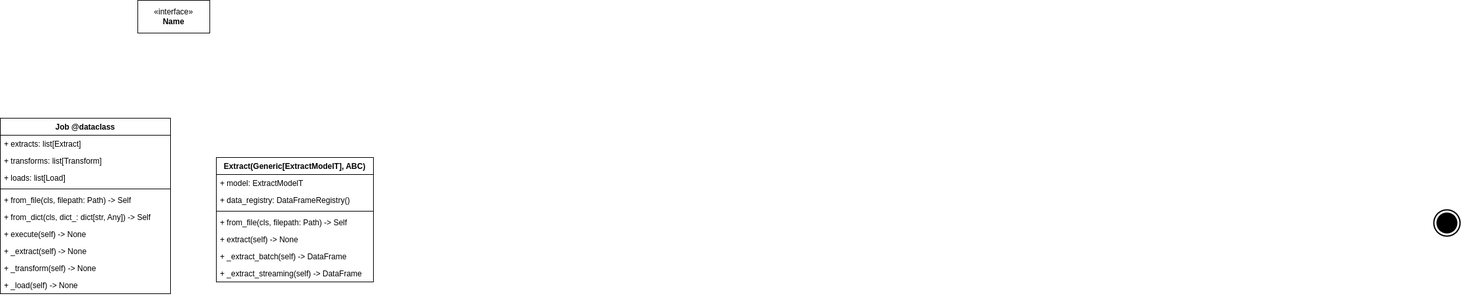
This is docs/design.drawio.png from KrijnvanderBurg/config-driven-ETL-framework, a draw.io export, as it was before one commit. Source tidied: cells renumbered, new cells last; positions are measured from the earlier drawing's top-left corner, leaving out a move shared by most shapes.
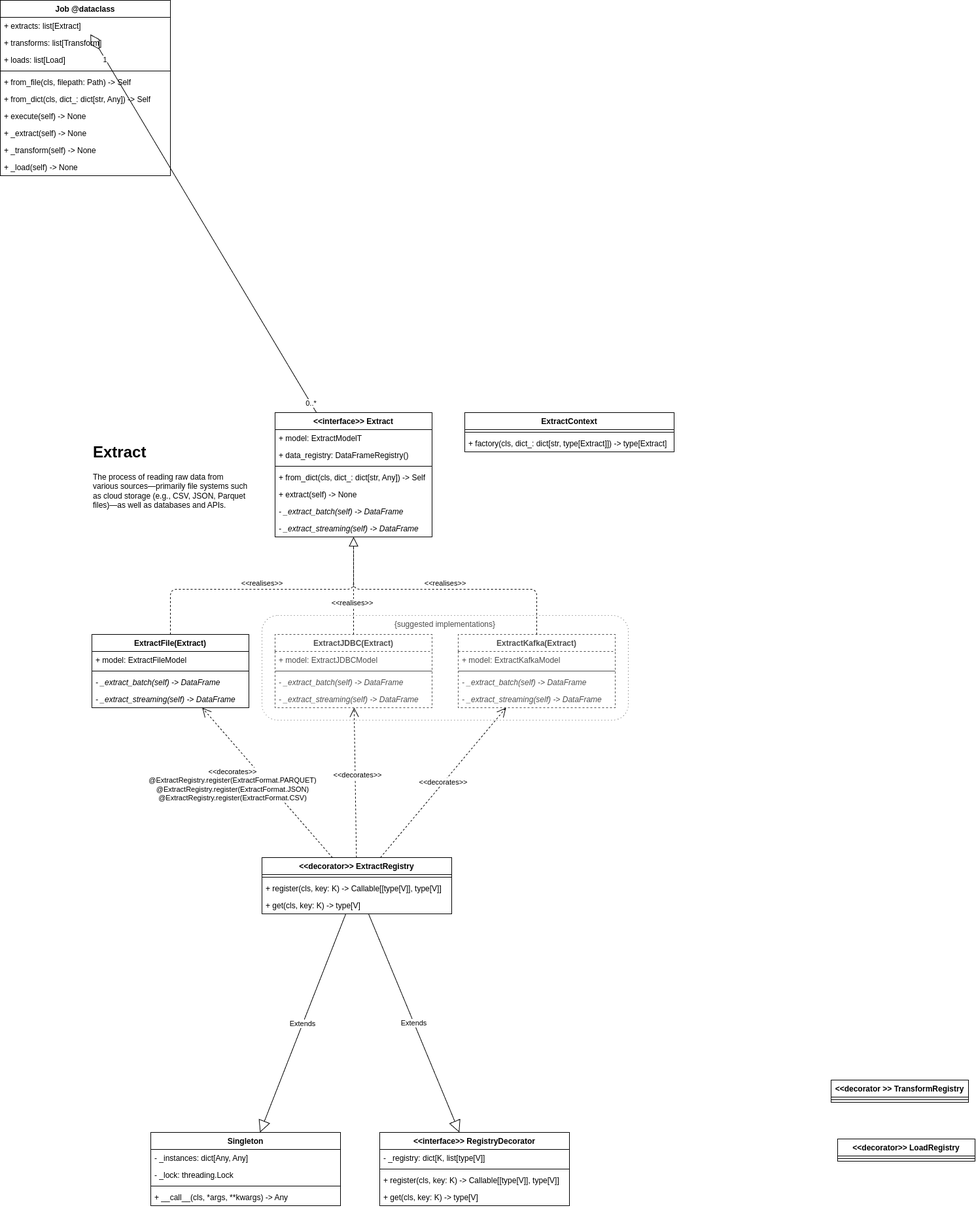
The same file after the commit.

The edit, as a diff of the source:
```diff
@@ -2,14 +2,11 @@
   <root>
     <mxCell id="0" />
     <mxCell id="1" parent="0" />
-    <mxCell id="2" style="html=1;shape=mxgraph.sysml.actFinal;strokeWidth=2;verticalLabelPosition=bottom;verticalAlignment=top;" parent="1" vertex="1">
-      <mxGeometry x="2190" y="320" width="40" height="40" as="geometry" />
-    </mxCell>
-    <mxCell id="3" value="&amp;laquo;interface&amp;raquo;&lt;br&gt;&lt;b&gt;Name&lt;/b&gt;" style="html=1;whiteSpace=wrap;" parent="1" vertex="1">
-      <mxGeometry x="210" width="110" height="50" as="geometry" />
-    </mxCell>
+    <mxCell id="23" value="{suggested implementations}" style="rounded=1;whiteSpace=wrap;html=1;labelBackgroundColor=none;fillColor=none;dashed=1;verticalAlign=top;dashPattern=1 4;strokeColor=#666666;fontColor=light-dark(#4D4D4D,#EDEDED);" parent="1" vertex="1">
+      <mxGeometry x="490" y="430" width="560" height="160" as="geometry" />
+    </mxCell>
     <mxCell id="4" value="Job @dataclass" style="swimlane;fontStyle=1;align=center;verticalAlign=top;horizontal=1;startSize=26;whiteSpace=wrap;html=1;" parent="1" vertex="1">
-      <mxGeometry y="180" width="260" height="268" as="geometry" />
+      <mxGeometry x="90" y="-510" width="260" height="268" as="geometry" />
     </mxCell>
     <mxCell id="5" value="+ extracts: list[Extract]" style="text;strokeColor=none;fillColor=none;align=left;verticalAlign=top;spacingLeft=4;spacingRight=4;overflow=hidden;points=[[0,0.5],[1,0.5]];portConstraint=eastwest;whiteSpace=wrap;html=1;" parent="4" vertex="1">
       <mxGeometry y="26" width="260" height="26" as="geometry" />
@@ -41,8 +38,8 @@
     <mxCell id="14" value="&lt;span style=&quot;color: rgb(0, 0, 0);&quot;&gt;+ _load(self) -&amp;gt; None&lt;/span&gt;" style="text;strokeColor=none;fillColor=none;align=left;verticalAlign=top;spacingLeft=4;spacingRight=4;overflow=hidden;whiteSpace=wrap;html=1;" parent="4" vertex="1">
       <mxGeometry y="242" width="260" height="26" as="geometry" />
     </mxCell>
-    <mxCell id="15" value="Extract(Generic[ExtractModelT], ABC)" style="swimlane;fontStyle=1;align=center;verticalAlign=top;horizontal=1;startSize=26;whiteSpace=wrap;html=1;" parent="1" vertex="1">
-      <mxGeometry x="330" y="240" width="240" height="190" as="geometry" />
+    <mxCell id="15" value="&lt;div&gt;&lt;span style=&quot;background-color: transparent;&quot;&gt;&amp;lt;&amp;lt;interface&amp;gt;&amp;gt; Extract&lt;/span&gt;&lt;/div&gt;" style="swimlane;fontStyle=1;align=center;verticalAlign=top;horizontal=1;startSize=26;whiteSpace=wrap;html=1;" parent="1" vertex="1">
+      <mxGeometry x="510" y="120" width="240" height="190" as="geometry" />
     </mxCell>
     <mxCell id="16" value="+ model: ExtractModelT" style="text;strokeColor=none;fillColor=none;align=left;verticalAlign=top;spacingLeft=4;spacingRight=4;overflow=hidden;whiteSpace=wrap;html=1;" parent="15" vertex="1">
       <mxGeometry y="26" width="240" height="26" as="geometry" />
@@ -53,17 +50,189 @@
     <mxCell id="18" style="line;strokeWidth=1;fillColor=none;align=left;verticalAlign=middle;spacingTop=-1;spacingLeft=3;spacingRight=3;labelPosition=right;strokeColor=inherit;" parent="15" vertex="1">
       <mxGeometry y="78" width="240" height="8" as="geometry" />
     </mxCell>
-    <mxCell id="19" value="+ from_file(cls, filepath: Path) -&amp;gt; Self" style="text;strokeColor=none;fillColor=none;align=left;verticalAlign=top;spacingLeft=4;spacingRight=4;overflow=hidden;whiteSpace=wrap;html=1;" parent="15" vertex="1">
+    <mxCell id="19" value="+ from_dict(cls, dict_: dict[str, Any]) -&amp;gt; Self" style="text;strokeColor=none;fillColor=none;align=left;verticalAlign=top;spacingLeft=4;spacingRight=4;overflow=hidden;whiteSpace=wrap;html=1;" parent="15" vertex="1">
       <mxGeometry y="86" width="240" height="26" as="geometry" />
     </mxCell>
     <mxCell id="20" value="+ extract(self) -&amp;gt; None" style="text;strokeColor=none;fillColor=none;align=left;verticalAlign=top;spacingLeft=4;spacingRight=4;overflow=hidden;whiteSpace=wrap;html=1;" parent="15" vertex="1">
       <mxGeometry y="112" width="240" height="26" as="geometry" />
     </mxCell>
-    <mxCell id="21" value="+ _extract_batch(self) -&amp;gt; DataFrame" style="text;strokeColor=none;fillColor=none;align=left;verticalAlign=top;spacingLeft=4;spacingRight=4;overflow=hidden;whiteSpace=wrap;html=1;" parent="15" vertex="1">
+    <mxCell id="21" value="- _extract_batch(self) -&amp;gt; DataFrame" style="text;strokeColor=none;fillColor=none;align=left;verticalAlign=top;spacingLeft=4;spacingRight=4;overflow=hidden;whiteSpace=wrap;html=1;fontStyle=2;" parent="15" vertex="1">
       <mxGeometry y="138" width="240" height="26" as="geometry" />
     </mxCell>
-    <mxCell id="22" value="+ _extract_streaming(self) -&amp;gt; DataFrame" style="text;strokeColor=none;fillColor=none;align=left;verticalAlign=top;spacingLeft=4;spacingRight=4;overflow=hidden;whiteSpace=wrap;html=1;" parent="15" vertex="1">
-      <mxGeometry y="164" width="240" height="26" as="geometry" />
-    </mxCell>
+    <mxCell id="24" value="- _extract_streaming(self) -&amp;gt; DataFrame" style="text;strokeColor=none;fillColor=none;align=left;verticalAlign=top;spacingLeft=4;spacingRight=4;overflow=hidden;whiteSpace=wrap;html=1;fontStyle=2;" parent="15" vertex="1">
+      <mxGeometry y="164" width="240" height="26" as="geometry" />
+    </mxCell>
+    <mxCell id="25" value="ExtractFile(Extract)" style="swimlane;fontStyle=1;align=center;verticalAlign=top;horizontal=1;startSize=26;whiteSpace=wrap;html=1;" parent="1" vertex="1">
+      <mxGeometry x="230" y="459" width="240" height="112" as="geometry" />
+    </mxCell>
+    <mxCell id="26" value="+ model: ExtractFileModel" style="text;strokeColor=none;fillColor=none;align=left;verticalAlign=top;spacingLeft=4;spacingRight=4;overflow=hidden;whiteSpace=wrap;html=1;" parent="25" vertex="1">
+      <mxGeometry y="26" width="240" height="26" as="geometry" />
+    </mxCell>
+    <mxCell id="27" style="line;strokeWidth=1;fillColor=none;align=left;verticalAlign=middle;spacingTop=-1;spacingLeft=3;spacingRight=3;labelPosition=right;strokeColor=inherit;" parent="25" vertex="1">
+      <mxGeometry y="52" width="240" height="8" as="geometry" />
+    </mxCell>
+    <mxCell id="28" value="- _extract_batch(self) -&amp;gt; DataFrame" style="text;strokeColor=none;fillColor=none;align=left;verticalAlign=top;spacingLeft=4;spacingRight=4;overflow=hidden;whiteSpace=wrap;html=1;fontStyle=2;" parent="25" vertex="1">
+      <mxGeometry y="60" width="240" height="26" as="geometry" />
+    </mxCell>
+    <mxCell id="29" value="- _extract_streaming(self) -&amp;gt; DataFrame" style="text;strokeColor=none;fillColor=none;align=left;verticalAlign=top;spacingLeft=4;spacingRight=4;overflow=hidden;whiteSpace=wrap;html=1;fontStyle=2;" parent="25" vertex="1">
+      <mxGeometry y="86" width="240" height="26" as="geometry" />
+    </mxCell>
+    <mxCell id="30" value="ExtractJDBC(Extract)" style="swimlane;fontStyle=1;align=center;verticalAlign=top;horizontal=1;startSize=26;whiteSpace=wrap;html=1;dashed=1;fontColor=light-dark(#4D4D4D,#EDEDED);strokeColor=#4D4D4D;" parent="1" vertex="1">
+      <mxGeometry x="510" y="459" width="240" height="112" as="geometry" />
+    </mxCell>
+    <mxCell id="31" value="+ model: ExtractJDBCModel" style="text;strokeColor=none;fillColor=none;align=left;verticalAlign=top;spacingLeft=4;spacingRight=4;overflow=hidden;whiteSpace=wrap;html=1;fontColor=light-dark(#4D4D4D,#EDEDED);" parent="30" vertex="1">
+      <mxGeometry y="26" width="240" height="26" as="geometry" />
+    </mxCell>
+    <mxCell id="32" style="line;strokeWidth=1;fillColor=none;align=left;verticalAlign=middle;spacingTop=-1;spacingLeft=3;spacingRight=3;labelPosition=right;strokeColor=inherit;fontColor=light-dark(#4D4D4D,#EDEDED);" parent="30" vertex="1">
+      <mxGeometry y="52" width="240" height="8" as="geometry" />
+    </mxCell>
+    <mxCell id="33" value="- _extract_batch(self) -&amp;gt; DataFrame" style="text;strokeColor=none;fillColor=none;align=left;verticalAlign=top;spacingLeft=4;spacingRight=4;overflow=hidden;whiteSpace=wrap;html=1;fontStyle=2;fontColor=light-dark(#4D4D4D,#EDEDED);" parent="30" vertex="1">
+      <mxGeometry y="60" width="240" height="26" as="geometry" />
+    </mxCell>
+    <mxCell id="34" value="- _extract_streaming(self) -&amp;gt; DataFrame" style="text;strokeColor=none;fillColor=none;align=left;verticalAlign=top;spacingLeft=4;spacingRight=4;overflow=hidden;whiteSpace=wrap;html=1;fontStyle=2;fontColor=light-dark(#4D4D4D,#EDEDED);" parent="30" vertex="1">
+      <mxGeometry y="86" width="240" height="26" as="geometry" />
+    </mxCell>
+    <mxCell id="35" value="&lt;font style=&quot;color: rgb(77, 77, 77);&quot;&gt;ExtractKafka(Extract)&lt;/font&gt;" style="swimlane;fontStyle=1;align=center;verticalAlign=top;horizontal=1;startSize=26;whiteSpace=wrap;html=1;dashed=1;fontColor=light-dark(#4D4D4D,#EDEDED);strokeColor=#4D4D4D;" parent="1" vertex="1">
+      <mxGeometry x="790" y="459" width="240" height="112" as="geometry" />
+    </mxCell>
+    <mxCell id="36" value="+ model: ExtractKafkaModel" style="text;strokeColor=none;fillColor=none;align=left;verticalAlign=top;spacingLeft=4;spacingRight=4;overflow=hidden;whiteSpace=wrap;html=1;fontColor=light-dark(#4D4D4D,#EDEDED);" parent="35" vertex="1">
+      <mxGeometry y="26" width="240" height="26" as="geometry" />
+    </mxCell>
+    <mxCell id="37" style="line;strokeWidth=1;fillColor=none;align=left;verticalAlign=middle;spacingTop=-1;spacingLeft=3;spacingRight=3;labelPosition=right;strokeColor=inherit;fontColor=light-dark(#4D4D4D,#EDEDED);" parent="35" vertex="1">
+      <mxGeometry y="52" width="240" height="8" as="geometry" />
+    </mxCell>
+    <mxCell id="38" value="- _extract_batch(self) -&amp;gt; DataFrame" style="text;strokeColor=none;fillColor=none;align=left;verticalAlign=top;spacingLeft=4;spacingRight=4;overflow=hidden;whiteSpace=wrap;html=1;fontStyle=2;fontColor=light-dark(#4D4D4D,#EDEDED);" parent="35" vertex="1">
+      <mxGeometry y="60" width="240" height="26" as="geometry" />
+    </mxCell>
+    <mxCell id="39" value="- _extract_streaming(self) -&amp;gt; DataFrame" style="text;strokeColor=none;fillColor=none;align=left;verticalAlign=top;spacingLeft=4;spacingRight=4;overflow=hidden;whiteSpace=wrap;html=1;fontStyle=2;fontColor=light-dark(#4D4D4D,#EDEDED);" parent="35" vertex="1">
+      <mxGeometry y="86" width="240" height="26" as="geometry" />
+    </mxCell>
+    <mxCell id="40" style="endArrow=block;dashed=1;endFill=0;endSize=12;html=1;flowAnimation=0;" parent="1" edge="1" source="25" target="15">
+      <mxGeometry relative="1" as="geometry">
+        <Array as="points">
+          <mxPoint x="350" y="390" />
+          <mxPoint x="630" y="390" />
+        </Array>
+      </mxGeometry>
+    </mxCell>
+    <mxCell id="41" value="&amp;lt;&amp;lt;realises&amp;gt;&amp;gt;" style="edgeLabel;html=1;align=center;verticalAlign=middle;" parent="40" vertex="1">
+      <mxGeometry x="0.46" y="2" relative="1" as="geometry">
+        <mxPoint x="-105" y="-8" as="offset" />
+      </mxGeometry>
+    </mxCell>
+    <mxCell id="42" style="endArrow=block;dashed=1;endFill=0;endSize=12;html=1;spacing=1;spacingLeft=9;flowAnimation=0;" parent="1" edge="1" source="30" target="15">
+      <mxGeometry relative="1" as="geometry" />
+    </mxCell>
+    <mxCell id="43" value="&amp;lt;&amp;lt;realises&amp;gt;&amp;gt;" style="edgeLabel;html=1;align=center;verticalAlign=middle;" parent="42" vertex="1">
+      <mxGeometry x="-0.05" y="3" relative="1" as="geometry">
+        <mxPoint y="21" as="offset" />
+      </mxGeometry>
+    </mxCell>
+    <mxCell id="44" style="endArrow=block;dashed=1;endFill=0;endSize=12;html=1;flowAnimation=0;" parent="1" edge="1" source="35" target="15">
+      <mxGeometry relative="1" as="geometry">
+        <Array as="points">
+          <mxPoint x="910" y="390" />
+          <mxPoint x="630" y="390" />
+        </Array>
+      </mxGeometry>
+    </mxCell>
+    <mxCell id="45" value="&amp;lt;&amp;lt;realises&amp;gt;&amp;gt;" style="edgeLabel;html=1;align=center;verticalAlign=middle;" parent="44" vertex="1">
+      <mxGeometry x="-0.13" y="1" relative="1" as="geometry">
+        <mxPoint x="-22" y="-11" as="offset" />
+      </mxGeometry>
+    </mxCell>
+    <mxCell id="46" value="&lt;h1 style=&quot;margin-top: 0px;&quot;&gt;Extract&lt;/h1&gt;&lt;p&gt;The process of reading raw data from various sources—primarily file systems such as cloud storage (e.g., CSV, JSON, Parquet files)—as well as databases and APIs.&lt;/p&gt;" style="text;html=1;whiteSpace=wrap;overflow=hidden;rounded=0;" parent="1" vertex="1">
+      <mxGeometry x="230" y="160" width="240" height="190" as="geometry" />
+    </mxCell>
+    <mxCell id="47" style="endArrow=diamondThin;endFill=0;endSize=24;html=1;" parent="1" edge="1" source="15" target="5">
+      <mxGeometry relative="1" as="geometry" />
+    </mxCell>
+    <mxCell id="48" value="1" style="edgeLabel;html=1;align=center;verticalAlign=middle;" parent="47" vertex="1">
+      <mxGeometry x="0.87" y="1" relative="1" as="geometry" />
+    </mxCell>
+    <mxCell id="49" value="0..*" style="edgeLabel;html=1;align=center;verticalAlign=middle;" parent="47" vertex="1">
+      <mxGeometry x="-0.95" relative="1" as="geometry" />
+    </mxCell>
+    <mxCell id="50" value="&amp;lt;&amp;lt;interface&amp;gt;&amp;gt; RegistryDecorator" style="swimlane;fontStyle=1;align=center;verticalAlign=top;horizontal=1;startSize=26;whiteSpace=wrap;html=1;" parent="1" vertex="1">
+      <mxGeometry x="670" y="1220" width="290" height="112" as="geometry" />
+    </mxCell>
+    <mxCell id="51" value="- _registry: dict[K, list[type[V]]" style="text;strokeColor=none;fillColor=none;align=left;verticalAlign=top;spacingLeft=4;spacingRight=4;overflow=hidden;whiteSpace=wrap;html=1;" parent="50" vertex="1">
+      <mxGeometry y="26" width="290" height="26" as="geometry" />
+    </mxCell>
+    <mxCell id="52" style="line;strokeWidth=1;fillColor=none;align=left;verticalAlign=middle;spacingTop=-1;spacingLeft=3;spacingRight=3;labelPosition=right;strokeColor=inherit;" parent="50" vertex="1">
+      <mxGeometry y="52" width="290" height="8" as="geometry" />
+    </mxCell>
+    <mxCell id="53" value="+ register(cls, key: K) -&amp;gt; Callable[[type[V]], type[V]]" style="text;strokeColor=none;fillColor=none;align=left;verticalAlign=top;spacingLeft=4;spacingRight=4;overflow=hidden;whiteSpace=wrap;html=1;" parent="50" vertex="1">
+      <mxGeometry y="60" width="290" height="26" as="geometry" />
+    </mxCell>
+    <mxCell id="54" value="+ get(cls, key: K) -&amp;gt; type[V]" style="text;strokeColor=none;fillColor=none;align=left;verticalAlign=top;spacingLeft=4;spacingRight=4;overflow=hidden;whiteSpace=wrap;html=1;" parent="50" vertex="1">
+      <mxGeometry y="86" width="290" height="26" as="geometry" />
+    </mxCell>
+    <mxCell id="55" value="Singleton" style="swimlane;fontStyle=1;align=center;verticalAlign=top;horizontal=1;startSize=26;whiteSpace=wrap;html=1;" parent="1" vertex="1">
+      <mxGeometry x="320" y="1220" width="290" height="112" as="geometry" />
+    </mxCell>
+    <mxCell id="56" value="- _instances: dict[Any, Any]" style="text;strokeColor=none;fillColor=none;align=left;verticalAlign=top;spacingLeft=4;spacingRight=4;overflow=hidden;whiteSpace=wrap;html=1;" parent="55" vertex="1">
+      <mxGeometry y="26" width="290" height="26" as="geometry" />
+    </mxCell>
+    <mxCell id="57" value="- _lock: threading.Lock" style="text;strokeColor=none;fillColor=none;align=left;verticalAlign=top;spacingLeft=4;spacingRight=4;overflow=hidden;whiteSpace=wrap;html=1;" parent="55" vertex="1">
+      <mxGeometry y="52" width="290" height="26" as="geometry" />
+    </mxCell>
+    <mxCell id="58" style="line;strokeWidth=1;fillColor=none;align=left;verticalAlign=middle;spacingTop=-1;spacingLeft=3;spacingRight=3;labelPosition=right;strokeColor=inherit;" parent="55" vertex="1">
+      <mxGeometry y="78" width="290" height="8" as="geometry" />
+    </mxCell>
+    <mxCell id="59" value="+ __call__(cls, *args, **kwargs) -&amp;gt; Any" style="text;strokeColor=none;fillColor=none;align=left;verticalAlign=top;spacingLeft=4;spacingRight=4;overflow=hidden;whiteSpace=wrap;html=1;" parent="55" vertex="1">
+      <mxGeometry y="86" width="290" height="26" as="geometry" />
+    </mxCell>
+    <mxCell id="60" value="&amp;lt;&amp;lt;decorator&amp;gt;&amp;gt; ExtractRegistry" style="swimlane;fontStyle=1;align=center;verticalAlign=top;horizontal=1;startSize=26;whiteSpace=wrap;html=1;" parent="1" vertex="1">
+      <mxGeometry x="490" y="800" width="290" height="86" as="geometry" />
+    </mxCell>
+    <mxCell id="61" style="line;strokeWidth=1;fillColor=none;align=left;verticalAlign=middle;spacingTop=-1;spacingLeft=3;spacingRight=3;labelPosition=right;strokeColor=inherit;" parent="60" vertex="1">
+      <mxGeometry y="26" width="290" height="8" as="geometry" />
+    </mxCell>
+    <mxCell id="62" value="+ register(cls, key: K) -&amp;gt; Callable[[type[V]], type[V]]" style="text;strokeColor=none;fillColor=none;align=left;verticalAlign=top;spacingLeft=4;spacingRight=4;overflow=hidden;whiteSpace=wrap;html=1;" parent="60" vertex="1">
+      <mxGeometry y="34" width="290" height="26" as="geometry" />
+    </mxCell>
+    <mxCell id="63" value="+ get(cls, key: K) -&amp;gt; type[V]" style="text;strokeColor=none;fillColor=none;align=left;verticalAlign=top;spacingLeft=4;spacingRight=4;overflow=hidden;whiteSpace=wrap;html=1;" parent="60" vertex="1">
+      <mxGeometry y="60" width="290" height="26" as="geometry" />
+    </mxCell>
+    <mxCell id="64" value="&amp;lt;&amp;lt;decorator &amp;gt;&amp;gt; TransformRegistry" style="swimlane;fontStyle=1;align=center;verticalAlign=top;horizontal=1;startSize=26;whiteSpace=wrap;html=1;" parent="1" vertex="1">
+      <mxGeometry x="1360" y="1140" width="210" height="34" as="geometry" />
+    </mxCell>
+    <mxCell id="65" style="line;strokeWidth=1;fillColor=none;align=left;verticalAlign=middle;spacingTop=-1;spacingLeft=3;spacingRight=3;labelPosition=right;strokeColor=inherit;" parent="64" vertex="1">
+      <mxGeometry y="26" width="210" height="8" as="geometry" />
+    </mxCell>
+    <mxCell id="66" value="&amp;lt;&amp;lt;decorator&amp;gt;&amp;gt; LoadRegistry" style="swimlane;fontStyle=1;align=center;verticalAlign=top;horizontal=1;startSize=26;whiteSpace=wrap;html=1;" parent="1" vertex="1">
+      <mxGeometry x="1370" y="1230" width="210" height="34" as="geometry" />
+    </mxCell>
+    <mxCell id="67" style="line;strokeWidth=1;fillColor=none;align=left;verticalAlign=middle;spacingTop=-1;spacingLeft=3;spacingRight=3;labelPosition=right;strokeColor=inherit;" parent="66" vertex="1">
+      <mxGeometry y="26" width="210" height="8" as="geometry" />
+    </mxCell>
+    <mxCell id="68" value="&lt;span style=&quot;color: rgb(0, 0, 0);&quot;&gt;&amp;lt;&amp;lt;decorates&amp;gt;&amp;gt;&lt;/span&gt;&lt;div&gt;@ExtractRegistry.register(ExtractFormat.PARQUET)&lt;/div&gt;&lt;div&gt;@ExtractRegistry.register(ExtractFormat.JSON)&lt;/div&gt;&lt;div&gt;@ExtractRegistry.register(ExtractFormat.CSV)&lt;/div&gt;" style="endArrow=open;endSize=12;dashed=1;html=1;" parent="1" edge="1" source="60" target="25">
+      <mxGeometry x="0.21" y="42" relative="1" as="geometry" />
+    </mxCell>
+    <mxCell id="69" value="&lt;div&gt;&lt;span style=&quot;background-color: transparent;&quot;&gt;ExtractContext&lt;/span&gt;&lt;/div&gt;" style="swimlane;fontStyle=1;align=center;verticalAlign=top;horizontal=1;startSize=26;whiteSpace=wrap;html=1;" parent="1" vertex="1">
+      <mxGeometry x="800" y="120" width="320" height="60" as="geometry" />
+    </mxCell>
+    <mxCell id="70" style="line;strokeWidth=1;fillColor=none;align=left;verticalAlign=middle;spacingTop=-1;spacingLeft=3;spacingRight=3;labelPosition=right;strokeColor=inherit;" parent="69" vertex="1">
+      <mxGeometry y="26" width="320" height="8" as="geometry" />
+    </mxCell>
+    <mxCell id="71" value="+ factory(cls, dict_: dict[str, type[Extract]]) -&amp;gt; type[Extract]" style="text;strokeColor=none;fillColor=none;align=left;verticalAlign=top;spacingLeft=4;spacingRight=4;overflow=hidden;whiteSpace=wrap;html=1;" parent="69" vertex="1">
+      <mxGeometry y="34" width="320" height="26" as="geometry" />
+    </mxCell>
+    <mxCell id="72" style="endArrow=open;endSize=12;dashed=1;html=1;" parent="1" edge="1" source="60" target="30">
+      <mxGeometry relative="1" as="geometry" />
+    </mxCell>
+    <mxCell id="73" value="&amp;lt;&amp;lt;decorates&amp;gt;&amp;gt;" style="edgeLabel;html=1;align=center;verticalAlign=middle;" parent="72" vertex="1">
+      <mxGeometry x="0.11" y="-3" relative="1" as="geometry" />
+    </mxCell>
+    <mxCell id="74" value="&lt;span style=&quot;color: rgb(0, 0, 0);&quot;&gt;&amp;lt;&amp;lt;decorates&amp;gt;&amp;gt;&lt;/span&gt;" style="endArrow=open;endSize=12;dashed=1;html=1;" parent="1" edge="1" source="60" target="35">
+      <mxGeometry relative="1" as="geometry" />
+    </mxCell>
+    <mxCell id="75" value="Extends" style="endArrow=block;endSize=16;endFill=0;html=1;" parent="1" edge="1" source="60" target="55">
+      <mxGeometry relative="1" as="geometry" />
+    </mxCell>
+    <mxCell id="76" value="Extends" style="endArrow=block;endSize=16;endFill=0;html=1;" parent="1" edge="1" source="60" target="50">
+      <mxGeometry relative="1" as="geometry" />
+    </mxCell>
   </root>
 </mxGraphModel>
```
